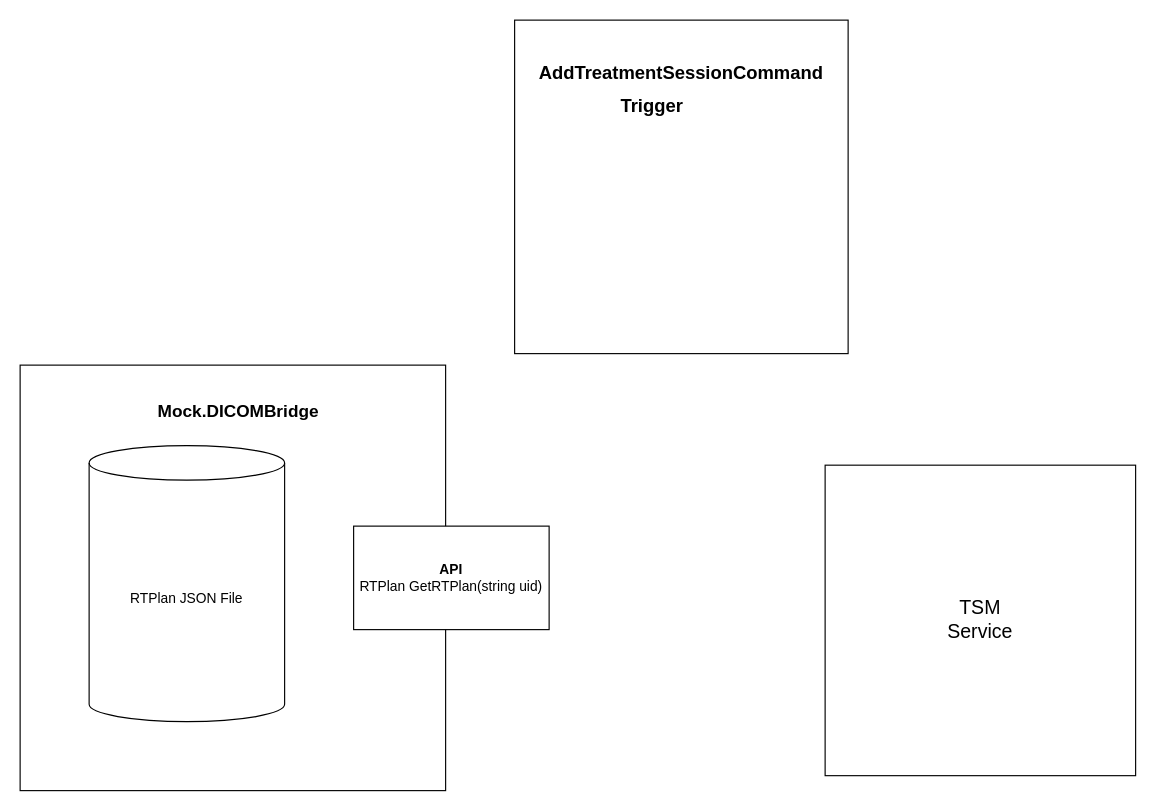
The draw.io diagram Untitled Diagram.drawio in xyzish/free-programming-books-zh_CN, before the edit. Source tidied: cells renumbered, new cells numbered last; positions are measured from the earlier drawing's top-left corner, leaving out a move shared by most shapes. Both pictures are drawn from the tidied source at 115%, with x=0, y=0 at pixel (20, 20).
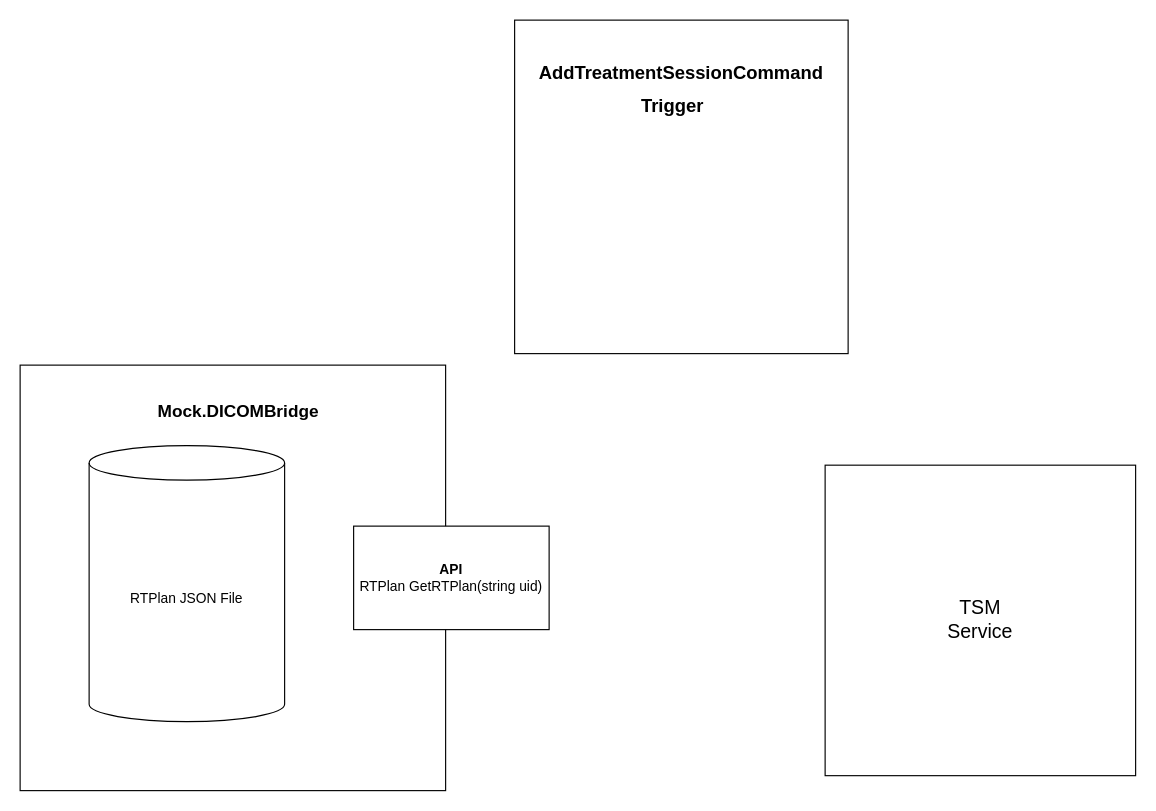
Above is the later version.

The edit, as a diff of the source:
```diff
@@
 <mxGraphModel>
   <root>
     <mxCell id="0" />
     <mxCell id="1" parent="0" />
     <mxCell id="2" value="&lt;div align=&quot;right&quot;&gt;&lt;br&gt;&lt;/div&gt;" style="whiteSpace=wrap;html=1;" parent="1" vertex="1">
       <mxGeometry y="300" width="370" height="370" as="geometry" />
     </mxCell>
     <mxCell id="3" value="RTPlan JSON File" style="shape=cylinder3;whiteSpace=wrap;html=1;boundedLbl=1;backgroundOutline=1;size=15;" parent="1" vertex="1">
       <mxGeometry x="60" y="370" width="170" height="240" as="geometry" />
     </mxCell>
     <mxCell id="4" value="&lt;font style=&quot;font-size: 15px&quot;&gt;&lt;b&gt;Mock.DICOMBridge&lt;/b&gt;&lt;/font&gt;" style="text;html=1;strokeColor=none;fillColor=none;align=center;verticalAlign=middle;whiteSpace=wrap;rounded=0;" parent="1" vertex="1">
       <mxGeometry x="115" y="330" width="150" height="20" as="geometry" />
     </mxCell>
     <mxCell id="5" value="&lt;div&gt;&lt;b&gt;API&lt;/b&gt;&lt;/div&gt;&lt;div&gt;RTPlan GetRTPlan(string uid)&lt;br&gt;&lt;/div&gt;" style="rounded=0;whiteSpace=wrap;html=1;" parent="1" vertex="1">
       <mxGeometry x="290" y="440" width="170" height="90" as="geometry" />
     </mxCell>
     <mxCell id="6" value="&lt;div style=&quot;font-size: 17px&quot;&gt;&lt;font style=&quot;font-size: 17px&quot;&gt;TSM&lt;/font&gt;&lt;/div&gt;&lt;div style=&quot;font-size: 17px&quot;&gt;&lt;font style=&quot;font-size: 17px&quot;&gt;Service&lt;br&gt;&lt;/font&gt;&lt;/div&gt;" style="whiteSpace=wrap;html=1;" parent="1" vertex="1">
       <mxGeometry x="700" y="387" width="270" height="270" as="geometry" />
     </mxCell>
     <mxCell id="7" style="whiteSpace=wrap;html=1;" parent="1" vertex="1">
       <mxGeometry x="430" width="290" height="290" as="geometry" />
     </mxCell>
-    <mxCell id="8" value="&lt;div style=&quot;text-align: left ; line-height: 1.75 ; font-size: 16px&quot;&gt;&lt;font style=&quot;font-size: 16px&quot;&gt;&lt;b&gt;AddTreatmentSessionCommand&lt;/b&gt;&lt;/font&gt;&lt;/div&gt;&lt;div style=&quot;text-align: left ; line-height: 1.75 ; font-size: 16px&quot;&gt;&lt;font style=&quot;font-size: 16px&quot;&gt;&lt;b&gt;&amp;nbsp;&amp;nbsp;&amp;nbsp;&amp;nbsp;&amp;nbsp;&amp;nbsp;&amp;nbsp;&amp;nbsp;&amp;nbsp;&amp;nbsp;&amp;nbsp;&amp;nbsp;&amp;nbsp;&amp;nbsp;&amp;nbsp; Trigger&lt;br&gt;&lt;/b&gt;&lt;/font&gt;&lt;/div&gt;" style="text;html=1;strokeColor=none;fillColor=none;align=center;verticalAlign=middle;whiteSpace=wrap;rounded=0;" parent="1" vertex="1">
+    <mxCell id="8" value="&lt;div style=&quot;text-align: left ; line-height: 1.75 ; font-size: 16px&quot;&gt;&lt;font style=&quot;font-size: 16px&quot;&gt;&lt;b&gt;AddTreatmentSessionCommand&lt;/b&gt;&lt;/font&gt;&lt;/div&gt;&lt;div style=&quot;text-align: left ; line-height: 1.75 ; font-size: 16px&quot;&gt;&lt;font style=&quot;font-size: 16px&quot;&gt;&lt;b&gt;&amp;nbsp;&amp;nbsp;&amp;nbsp;&amp;nbsp;&amp;nbsp;&amp;nbsp;&amp;nbsp;&amp;nbsp;&amp;nbsp;&amp;nbsp;&amp;nbsp;&amp;nbsp;&amp;nbsp;&amp;nbsp; &amp;nbsp; &amp;nbsp;&amp;nbsp; Trigger&lt;br&gt;&lt;/b&gt;&lt;/font&gt;&lt;/div&gt;" style="text;html=1;strokeColor=none;fillColor=none;align=center;verticalAlign=middle;whiteSpace=wrap;rounded=0;" parent="1" vertex="1">
       <mxGeometry x="490" y="50" width="170" height="20" as="geometry" />
     </mxCell>
   </root>
 </mxGraphModel>
```
